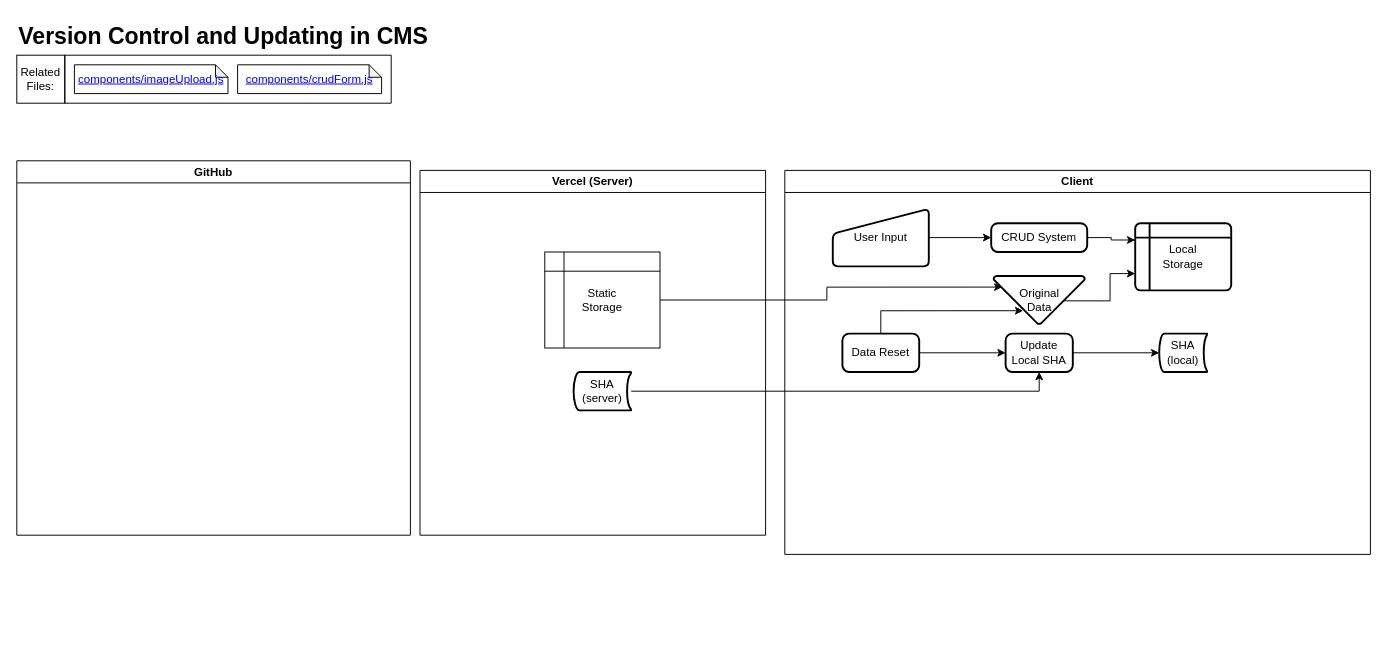
macglencoe/diagrams keeps this draw.io diagram as Version_Control.drawio. Above is the earlier version. Source tidied: cells renumbered, new cells numbered last; positions are measured from the earlier drawing's top-left corner, leaving out a move shared by most shapes. Both pictures are drawn from the tidied source at 96%, with x=0, y=0 at pixel (16, 16).
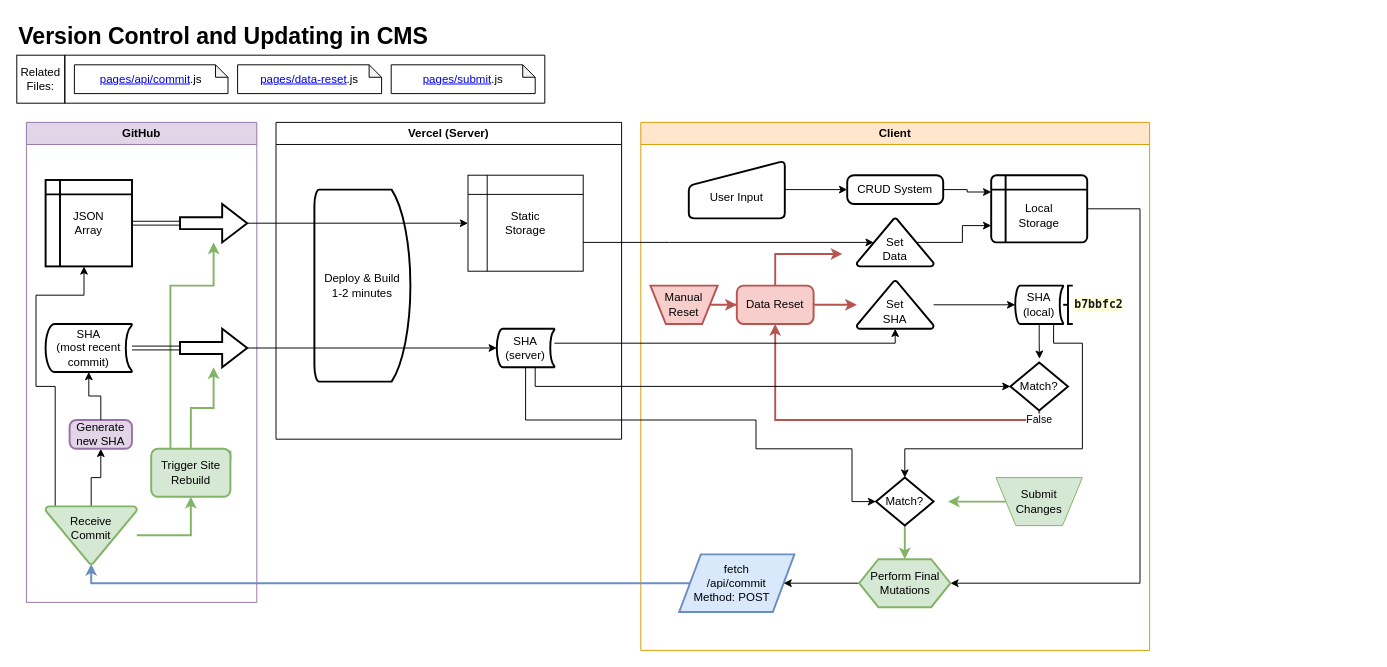
The same page after the edit.

The change refers to these unchanged cells:
```xml
<mxCell id="18" value="SHA&lt;div&gt;(local)&lt;/div&gt;" style="strokeWidth=2;html=1;shape=mxgraph.flowchart.stored_data;whiteSpace=wrap;" parent="11" vertex="1">
  <mxGeometry x="390" y="170" width="50" height="40" as="geometry" />
</mxCell>
```

Change to the diagram source:
```diff
@@
-<mxGraphModel>
+<mxGraphModel background="#ffffff">
@@
     <mxCell id="4" style="swimlane;startSize=0;" parent="1" vertex="1">
-      <mxGeometry x="50" y="40" width="340" height="50" as="geometry" />
+      <mxGeometry x="50" y="40" width="500" height="50" as="geometry" />
     </mxCell>
-    <mxCell id="5" value="&lt;a href=&quot;https://github.com/macglencoe/EmporiumWebsite/blob/cms/components/imageUpload.js&quot;&gt;components/imageUpload.js&lt;/a&gt;" style="shape=note;whiteSpace=wrap;html=1;backgroundOutline=1;darkOpacity=0.05;size=13;" parent="4" vertex="1">
+    <mxCell id="5" value="&lt;a href=&quot;https://github.com/macglencoe/EmporiumWebsite/blob/cms/pages/api/commit.js&quot;&gt;pages/api/commit&lt;/a&gt;.js" style="shape=note;whiteSpace=wrap;html=1;backgroundOutline=1;darkOpacity=0.05;size=13;" parent="4" vertex="1">
       <mxGeometry x="10" y="10" width="160" height="30" as="geometry" />
     </mxCell>
-    <mxCell id="6" value="&lt;a href=&quot;https://github.com/macglencoe/EmporiumWebsite/blob/cms/components/crudForm.js&quot;&gt;components/crudForm.js&lt;/a&gt;" style="shape=note;whiteSpace=wrap;html=1;backgroundOutline=1;darkOpacity=0.05;size=13;" parent="4" vertex="1">
+    <mxCell id="6" value="&lt;a href=&quot;https://github.com/macglencoe/EmporiumWebsite/blob/cms/pages/data-reset.js&quot;&gt;pages/data-reset&lt;/a&gt;.js" style="shape=note;whiteSpace=wrap;html=1;backgroundOutline=1;darkOpacity=0.05;size=13;" parent="4" vertex="1">
       <mxGeometry x="180" y="10" width="150" height="30" as="geometry" />
     </mxCell>
+    <mxCell id="27" value="&lt;a href=&quot;https://github.com/macglencoe/EmporiumWebsite/blob/cms/pages/submit.js&quot;&gt;pages/submit&lt;/a&gt;.js" style="shape=note;whiteSpace=wrap;html=1;backgroundOutline=1;darkOpacity=0.05;size=13;" parent="4" vertex="1">
+      <mxGeometry x="340" y="10" width="150" height="30" as="geometry" />
+    </mxCell>
-    <mxCell id="7" value="GitHub" style="swimlane;whiteSpace=wrap;html=1;" parent="1" vertex="1">
-      <mxGeometry y="150" width="410" height="390" as="geometry" />
+    <mxCell id="7" value="GitHub" style="swimlane;whiteSpace=wrap;html=1;fillColor=#e1d5e7;strokeColor=#9673a6;" parent="1" vertex="1">
+      <mxGeometry x="10" y="110" width="240" height="500" as="geometry" />
     </mxCell>
+    <mxCell id="28" value="SHA&lt;div&gt;(most recent commit)&lt;/div&gt;" style="strokeWidth=2;html=1;shape=mxgraph.flowchart.stored_data;whiteSpace=wrap;" parent="7" vertex="1">
+      <mxGeometry x="20" y="210" width="90" height="50" as="geometry" />
+    </mxCell>
+    <mxCell id="29" style="edgeStyle=orthogonalEdgeStyle;rounded=0;jettySize=auto;html=1;entryX=0.5;entryY=1;entryDx=0;entryDy=0;fillColor=#d5e8d4;strokeColor=#82b366;strokeWidth=2;" parent="7" edge="1" source="32" target="35">
+      <mxGeometry relative="1" as="geometry" />
+    </mxCell>
+    <mxCell id="30" style="edgeStyle=orthogonalEdgeStyle;rounded=0;jettySize=auto;html=1;" parent="7" edge="1" source="32" target="36">
+      <mxGeometry relative="1" as="geometry">
+        <Array as="points">
+          <mxPoint x="30" y="275" />
+          <mxPoint x="10" y="275" />
+          <mxPoint x="10" y="180" />
+          <mxPoint x="60" y="180" />
+        </Array>
+      </mxGeometry>
+    </mxCell>
+    <mxCell id="31" style="edgeStyle=orthogonalEdgeStyle;rounded=0;jettySize=auto;html=1;entryX=0.5;entryY=1;entryDx=0;entryDy=0;" parent="7" edge="1" source="32" target="41">
+      <mxGeometry relative="1" as="geometry" />
+    </mxCell>
+    <mxCell id="32" value="Receive&lt;div&gt;Commit&lt;/div&gt;&lt;div&gt;&lt;br&gt;&lt;/div&gt;" style="strokeWidth=2;html=1;shape=mxgraph.flowchart.merge_or_storage;whiteSpace=wrap;fillColor=#d5e8d4;strokeColor=#82b366;" parent="7" vertex="1">
+      <mxGeometry x="20" y="400" width="95" height="60" as="geometry" />
+    </mxCell>
+    <mxCell id="33" style="edgeStyle=orthogonalEdgeStyle;rounded=0;jettySize=auto;html=1;fillColor=#d5e8d4;strokeColor=#82b366;strokeWidth=2;" parent="7" edge="1" source="35" target="38">
+      <mxGeometry relative="1" as="geometry" />
+    </mxCell>
+    <mxCell id="34" style="edgeStyle=orthogonalEdgeStyle;rounded=0;jettySize=auto;html=1;exitX=1;exitY=0.25;exitDx=0;exitDy=0;fillColor=#d5e8d4;strokeColor=#82b366;strokeWidth=2;" parent="7" edge="1" source="35" target="37">
+      <mxGeometry relative="1" as="geometry">
+        <Array as="points">
+          <mxPoint x="150" y="343" />
+          <mxPoint x="150" y="170" />
+          <mxPoint x="195" y="170" />
+        </Array>
+      </mxGeometry>
+    </mxCell>
+    <mxCell id="35" value="Trigger Site Rebuild" style="rounded=1;whiteSpace=wrap;html=1;absoluteArcSize=1;arcSize=14;strokeWidth=2;fillColor=#d5e8d4;strokeColor=#82b366;" parent="7" vertex="1">
+      <mxGeometry x="130" y="340" width="82.5" height="50" as="geometry" />
+    </mxCell>
+    <mxCell id="36" value="JSON&lt;div&gt;Array&lt;/div&gt;" style="shape=internalStorage;whiteSpace=wrap;html=1;dx=15;dy=15;rounded=1;arcSize=0;strokeWidth=2;" parent="7" vertex="1">
+      <mxGeometry x="20" y="60" width="90" height="90" as="geometry" />
+    </mxCell>
+    <mxCell id="37" style="verticalLabelPosition=bottom;verticalAlign=top;html=1;strokeWidth=2;shape=mxgraph.arrows2.arrow;dy=0.69;dx=26.07;notch=0;" parent="7" vertex="1">
+      <mxGeometry x="160" y="85" width="70" height="40" as="geometry" />
+    </mxCell>
+    <mxCell id="38" style="verticalLabelPosition=bottom;verticalAlign=top;html=1;strokeWidth=2;shape=mxgraph.arrows2.arrow;dy=0.69;dx=26.07;notch=0;" parent="7" vertex="1">
+      <mxGeometry x="160" y="215" width="70" height="40" as="geometry" />
+    </mxCell>
+    <mxCell id="39" style="edgeStyle=orthogonalEdgeStyle;rounded=0;jettySize=auto;html=1;entryX=0;entryY=0.5;entryDx=0;entryDy=0;entryPerimeter=0;shape=link;" parent="7" edge="1" source="36" target="37">
+      <mxGeometry relative="1" as="geometry" />
+    </mxCell>
+    <mxCell id="40" style="edgeStyle=orthogonalEdgeStyle;rounded=0;jettySize=auto;html=1;entryX=0;entryY=0.5;entryDx=0;entryDy=0;entryPerimeter=0;shape=link;" parent="7" edge="1" source="28" target="38">
+      <mxGeometry relative="1" as="geometry" />
+    </mxCell>
+    <mxCell id="41" value="Generate new SHA" style="rounded=1;whiteSpace=wrap;html=1;absoluteArcSize=1;arcSize=14;strokeWidth=2;fillColor=#e1d5e7;strokeColor=#9673a6;" parent="7" vertex="1">
+      <mxGeometry x="45" y="310" width="65" height="30" as="geometry" />
+    </mxCell>
+    <mxCell id="42" style="edgeStyle=orthogonalEdgeStyle;rounded=0;jettySize=auto;html=1;entryX=0.5;entryY=1;entryDx=0;entryDy=0;entryPerimeter=0;" parent="7" edge="1" source="41" target="28">
+      <mxGeometry relative="1" as="geometry" />
+    </mxCell>
     <mxCell id="8" value="Vercel (Server)" style="swimlane;whiteSpace=wrap;html=1;" parent="1" vertex="1">
-      <mxGeometry x="420" y="160" width="360" height="380" as="geometry" />
+      <mxGeometry x="270" y="110" width="360" height="330" as="geometry" />
     </mxCell>
     <mxCell id="9" value="Static&lt;div&gt;Storage&lt;/div&gt;" style="shape=internalStorage;whiteSpace=wrap;html=1;backgroundOutline=1;" parent="8" vertex="1">
-      <mxGeometry x="130" y="85" width="120" height="100" as="geometry" />
+      <mxGeometry x="200" y="55" width="120" height="100" as="geometry" />
     </mxCell>
     <mxCell id="10" value="SHA&lt;div&gt;(server)&lt;/div&gt;" style="strokeWidth=2;html=1;shape=mxgraph.flowchart.stored_data;whiteSpace=wrap;" parent="8" vertex="1">
-      <mxGeometry x="160" y="210" width="60" height="40" as="geometry" />
+      <mxGeometry x="230" y="215" width="60" height="40" as="geometry" />
     </mxCell>
+    <mxCell id="43" value="Deploy &amp;amp; Build&lt;div&gt;1-2 minutes&lt;/div&gt;" style="strokeWidth=2;html=1;shape=mxgraph.flowchart.delay;whiteSpace=wrap;" parent="8" vertex="1">
+      <mxGeometry x="40" y="70" width="100" height="200" as="geometry" />
+    </mxCell>
-    <mxCell id="11" value="Client" style="swimlane;whiteSpace=wrap;html=1;" parent="1" vertex="1">
-      <mxGeometry x="800" y="160" width="610" height="400" as="geometry" />
+    <mxCell id="11" value="Client" style="swimlane;whiteSpace=wrap;html=1;fillColor=#ffe6cc;strokeColor=#d79b00;" parent="1" vertex="1">
+      <mxGeometry x="650" y="110" width="530" height="550" as="geometry" />
     </mxCell>
+    <mxCell id="44" style="edgeStyle=orthogonalEdgeStyle;rounded=0;jettySize=auto;html=1;entryX=1;entryY=0.5;entryDx=0;entryDy=0;" parent="11" edge="1" source="12" target="64">
+      <mxGeometry relative="1" as="geometry">
+        <Array as="points">
+          <mxPoint x="520" y="90" />
+          <mxPoint x="520" y="480" />
+        </Array>
+      </mxGeometry>
+    </mxCell>
-    <mxCell id="12" value="Local&lt;div&gt;Storage&lt;/div&gt;" style="shape=internalStorage;whiteSpace=wrap;html=1;dx=15;dy=15;rounded=1;arcSize=8;strokeWidth=2;" parent="11" vertex="1">
+    <mxCell id="12" value="&lt;div&gt;&lt;br&gt;&lt;/div&gt;Local&lt;div&gt;Storage&lt;/div&gt;" style="shape=internalStorage;whiteSpace=wrap;html=1;dx=15;dy=15;rounded=1;arcSize=8;strokeWidth=2;" parent="11" vertex="1">
       <mxGeometry x="365" y="55" width="100" height="70" as="geometry" />
     </mxCell>
@@
-    <mxCell id="14" value="User Input" style="html=1;strokeWidth=2;shape=manualInput;whiteSpace=wrap;rounded=1;size=26;arcSize=11;" parent="11" vertex="1">
+    <mxCell id="14" value="&lt;div&gt;&lt;span style=&quot;background-color: transparent; color: light-dark(rgb(0, 0, 0), rgb(255, 255, 255));&quot;&gt;&lt;br&gt;&lt;/span&gt;&lt;/div&gt;&lt;span style=&quot;background-color: transparent; color: light-dark(rgb(0, 0, 0), rgb(255, 255, 255));&quot;&gt;User Input&lt;/span&gt;" style="html=1;strokeWidth=2;shape=manualInput;whiteSpace=wrap;rounded=1;size=26;arcSize=11;" parent="11" vertex="1">
       <mxGeometry x="50" y="40" width="100" height="60" as="geometry" />
     </mxCell>
@@
-    <mxCell id="17" value="Update Local SHA" style="rounded=1;whiteSpace=wrap;html=1;absoluteArcSize=1;arcSize=14;strokeWidth=2;" parent="11" vertex="1">
-      <mxGeometry x="230" y="170" width="70" height="40" as="geometry" />
-    </mxCell>
@@
-    <mxCell id="19" style="edgeStyle=orthogonalEdgeStyle;rounded=0;jettySize=auto;html=1;entryX=0;entryY=0.5;entryDx=0;entryDy=0;entryPerimeter=0;" parent="11" edge="1" source="17" target="18">
-      <mxGeometry relative="1" as="geometry" />
-    </mxCell>
-    <mxCell id="20" style="edgeStyle=orthogonalEdgeStyle;rounded=0;jettySize=auto;html=1;entryX=0;entryY=0.5;entryDx=0;entryDy=0;" parent="11" edge="1" source="21" target="17">
-      <mxGeometry relative="1" as="geometry" />
-    </mxCell>
+    <mxCell id="45" style="edgeStyle=orthogonalEdgeStyle;rounded=0;jettySize=auto;html=1;fillColor=#f8cecc;strokeColor=#b85450;strokeWidth=2;" parent="11" edge="1" source="21" target="50">
+      <mxGeometry relative="1" as="geometry" />
+    </mxCell>
-    <mxCell id="21" value="Data Reset" style="rounded=1;whiteSpace=wrap;html=1;absoluteArcSize=1;arcSize=14;strokeWidth=2;" parent="11" vertex="1">
-      <mxGeometry x="60" y="170" width="80" height="40" as="geometry" />
+    <mxCell id="21" value="Data Reset" style="rounded=1;whiteSpace=wrap;html=1;absoluteArcSize=1;arcSize=14;strokeWidth=2;fillColor=#f8cecc;strokeColor=#b85450;" parent="11" vertex="1">
+      <mxGeometry x="100" y="170" width="80" height="40" as="geometry" />
     </mxCell>
-    <mxCell id="22" style="edgeStyle=orthogonalEdgeStyle;rounded=0;jettySize=auto;html=1;entryX=0;entryY=0.75;entryDx=0;entryDy=0;exitX=0.769;exitY=0.517;exitDx=0;exitDy=0;exitPerimeter=0;" parent="11" edge="1" source="23" target="12">
-      <mxGeometry relative="1" as="geometry" />
-    </mxCell>
-    <mxCell id="23" value="Original&lt;div&gt;Data&lt;/div&gt;" style="strokeWidth=2;html=1;shape=mxgraph.flowchart.merge_or_storage;whiteSpace=wrap;" parent="11" vertex="1">
-      <mxGeometry x="217.5" y="110" width="95" height="50" as="geometry" />
-    </mxCell>
-    <mxCell id="24" style="edgeStyle=orthogonalEdgeStyle;rounded=0;jettySize=auto;html=1;entryX=0.324;entryY=0.723;entryDx=0;entryDy=0;entryPerimeter=0;" parent="11" edge="1" source="21" target="23">
-      <mxGeometry relative="1" as="geometry">
-        <Array as="points">
-          <mxPoint x="100" y="146" />
-        </Array>
-      </mxGeometry>
-    </mxCell>
-    <mxCell id="25" style="edgeStyle=orthogonalEdgeStyle;rounded=0;jettySize=auto;html=1;entryX=0.095;entryY=0.231;entryDx=0;entryDy=0;entryPerimeter=0;" parent="1" edge="1" source="9" target="23">
-      <mxGeometry relative="1" as="geometry" />
-    </mxCell>
-    <mxCell id="26" style="edgeStyle=orthogonalEdgeStyle;rounded=0;jettySize=auto;html=1;entryX=0.5;entryY=1;entryDx=0;entryDy=0;" parent="1" edge="1" source="10" target="17">
-      <mxGeometry relative="1" as="geometry" />
-    </mxCell>
+    <mxCell id="46" value="False" style="edgeStyle=orthogonalEdgeStyle;rounded=0;jettySize=auto;html=1;entryX=0.5;entryY=1;entryDx=0;entryDy=0;fillColor=#f8cecc;strokeColor=#b85450;strokeWidth=2;" parent="11" edge="1" source="47" target="21">
+      <mxGeometry x="-0.95" relative="1" as="geometry">
+        <Array as="points">
+          <mxPoint x="415" y="310" />
+          <mxPoint x="140" y="310" />
+        </Array>
+      </mxGeometry>
+    </mxCell>
+    <mxCell id="47" value="Match?" style="strokeWidth=2;html=1;shape=mxgraph.flowchart.decision;whiteSpace=wrap;" parent="11" vertex="1">
+      <mxGeometry x="385" y="250" width="60" height="50" as="geometry" />
+    </mxCell>
+    <mxCell id="48" style="edgeStyle=orthogonalEdgeStyle;rounded=0;jettySize=auto;html=1;entryX=0.505;entryY=-0.077;entryDx=0;entryDy=0;entryPerimeter=0;" parent="11" edge="1" source="18" target="47">
+      <mxGeometry relative="1" as="geometry" />
+    </mxCell>
+    <mxCell id="49" value="&lt;b style=&quot;box-sizing: border-box; border-width: 0px; border-style: solid; -webkit-font-smoothing: antialiased; color: rgb(25, 24, 24); text-align: center; text-wrap-mode: wrap; background-color: rgb(255, 254, 218);&quot; class=&quot;jsx-7c64018697440fa9&quot;&gt;&lt;font face=&quot;Lucida Console&quot;&gt;b7bbfc2&lt;/font&gt;&lt;/b&gt;" style="strokeWidth=2;html=1;shape=mxgraph.flowchart.annotation_2;align=left;labelPosition=right;" parent="11" vertex="1">
+      <mxGeometry x="440" y="170" width="10" height="40" as="geometry" />
+    </mxCell>
+    <mxCell id="50" value="&lt;br&gt;&lt;div&gt;Set&lt;/div&gt;&lt;div&gt;SHA&lt;/div&gt;" style="strokeWidth=2;html=1;shape=mxgraph.flowchart.extract_or_measurement;whiteSpace=wrap;" parent="11" vertex="1">
+      <mxGeometry x="225" y="165" width="80" height="50" as="geometry" />
+    </mxCell>
+    <mxCell id="51" style="edgeStyle=orthogonalEdgeStyle;rounded=0;jettySize=auto;html=1;entryX=0;entryY=0.5;entryDx=0;entryDy=0;entryPerimeter=0;" parent="11" edge="1" source="50" target="18">
+      <mxGeometry relative="1" as="geometry" />
+    </mxCell>
+    <mxCell id="52" style="edgeStyle=orthogonalEdgeStyle;rounded=0;jettySize=auto;html=1;entryX=0;entryY=0.75;entryDx=0;entryDy=0;exitX=0.78;exitY=0.5;exitDx=0;exitDy=0;exitPerimeter=0;" parent="11" edge="1" source="53" target="12">
+      <mxGeometry relative="1" as="geometry" />
+    </mxCell>
+    <mxCell id="53" value="&lt;br&gt;&lt;div&gt;Set&lt;/div&gt;&lt;div&gt;Data&lt;/div&gt;" style="strokeWidth=2;html=1;shape=mxgraph.flowchart.extract_or_measurement;whiteSpace=wrap;" parent="11" vertex="1">
+      <mxGeometry x="225" y="100" width="80" height="50" as="geometry" />
+    </mxCell>
+    <mxCell id="54" style="edgeStyle=orthogonalEdgeStyle;rounded=0;jettySize=auto;html=1;fillColor=#f8cecc;strokeColor=#b85450;strokeWidth=2;" parent="11" edge="1" source="21">
+      <mxGeometry relative="1" as="geometry">
+        <mxPoint x="210" y="137" as="targetPoint" />
+        <Array as="points">
+          <mxPoint x="140" y="137" />
+        </Array>
+      </mxGeometry>
+    </mxCell>
+    <mxCell id="55" style="edgeStyle=orthogonalEdgeStyle;rounded=0;jettySize=auto;html=1;entryX=0;entryY=0.5;entryDx=0;entryDy=0;fillColor=#f8cecc;strokeColor=#b85450;strokeWidth=2;" parent="11" edge="1" source="56" target="21">
+      <mxGeometry relative="1" as="geometry" />
+    </mxCell>
+    <mxCell id="56" value="Manual&lt;div&gt;Reset&lt;/div&gt;" style="verticalLabelPosition=middle;verticalAlign=middle;html=1;shape=trapezoid;perimeter=trapezoidPerimeter;whiteSpace=wrap;size=0.23;arcSize=10;flipV=1;labelPosition=center;align=center;fillColor=#f8cecc;strokeColor=#b85450;strokeWidth=2;" parent="11" vertex="1">
+      <mxGeometry x="10" y="170" width="70" height="40" as="geometry" />
+    </mxCell>
+    <mxCell id="57" style="edgeStyle=orthogonalEdgeStyle;rounded=0;jettySize=auto;html=1;fillColor=#d5e8d4;strokeColor=#82b366;strokeWidth=2;" parent="11" edge="1" source="58">
+      <mxGeometry relative="1" as="geometry">
+        <mxPoint x="320" y="395" as="targetPoint" />
+      </mxGeometry>
+    </mxCell>
+    <mxCell id="58" value="Submit&lt;div&gt;Changes&lt;/div&gt;" style="verticalLabelPosition=middle;verticalAlign=middle;html=1;shape=trapezoid;perimeter=trapezoidPerimeter;whiteSpace=wrap;size=0.23;arcSize=10;flipV=1;labelPosition=center;align=center;fillColor=#d5e8d4;strokeColor=#82b366;" parent="11" vertex="1">
+      <mxGeometry x="370" y="370" width="90" height="50" as="geometry" />
+    </mxCell>
+    <mxCell id="59" style="edgeStyle=orthogonalEdgeStyle;rounded=0;jettySize=auto;html=1;entryX=0.5;entryY=0;entryDx=0;entryDy=0;fillColor=#d5e8d4;strokeColor=#82b366;strokeWidth=2;" parent="11" edge="1" source="60" target="64">
+      <mxGeometry relative="1" as="geometry" />
+    </mxCell>
+    <mxCell id="60" value="Match?" style="strokeWidth=2;html=1;shape=mxgraph.flowchart.decision;whiteSpace=wrap;" parent="11" vertex="1">
+      <mxGeometry x="245" y="370" width="60" height="50" as="geometry" />
+    </mxCell>
+    <mxCell id="61" style="edgeStyle=orthogonalEdgeStyle;rounded=0;jettySize=auto;html=1;entryX=0.5;entryY=0;entryDx=0;entryDy=0;entryPerimeter=0;" parent="11" edge="1" source="18" target="60">
+      <mxGeometry relative="1" as="geometry">
+        <Array as="points">
+          <mxPoint x="430" y="230" />
+          <mxPoint x="460" y="230" />
+          <mxPoint x="460" y="340" />
+          <mxPoint x="275" y="340" />
+        </Array>
+      </mxGeometry>
+    </mxCell>
+    <mxCell id="62" value="fetch&lt;div&gt;/api/commit&lt;/div&gt;&lt;div&gt;Method: POST&amp;nbsp; &amp;nbsp;&lt;/div&gt;" style="shape=parallelogram;html=1;strokeWidth=2;perimeter=parallelogramPerimeter;whiteSpace=wrap;rounded=1;arcSize=0;size=0.1875;fillColor=#dae8fc;strokeColor=#6c8ebf;" parent="11" vertex="1">
+      <mxGeometry x="40" y="450" width="120" height="60" as="geometry" />
+    </mxCell>
+    <mxCell id="63" style="edgeStyle=orthogonalEdgeStyle;rounded=0;jettySize=auto;html=1;entryX=1;entryY=0.5;entryDx=0;entryDy=0;strokeWidth=1;" parent="11" edge="1" source="64" target="62">
+      <mxGeometry relative="1" as="geometry" />
+    </mxCell>
+    <mxCell id="64" value="Perform Final Mutations" style="shape=hexagon;perimeter=hexagonPerimeter2;whiteSpace=wrap;html=1;fixedSize=1;fillColor=#d5e8d4;strokeColor=#82b366;strokeWidth=2;" parent="11" vertex="1">
+      <mxGeometry x="227.5" y="455" width="95" height="50" as="geometry" />
+    </mxCell>
+    <mxCell id="65" style="edgeStyle=orthogonalEdgeStyle;rounded=0;jettySize=auto;html=1;entryX=0;entryY=0.5;entryDx=0;entryDy=0;entryPerimeter=0;" parent="1" edge="1" source="10" target="47">
+      <mxGeometry relative="1" as="geometry">
+        <Array as="points">
+          <mxPoint x="540" y="385" />
+        </Array>
+      </mxGeometry>
+    </mxCell>
+    <mxCell id="66" style="edgeStyle=orthogonalEdgeStyle;rounded=0;jettySize=auto;html=1;entryX=0.5;entryY=1;entryDx=0;entryDy=0;entryPerimeter=0;" parent="1" edge="1" source="10" target="50">
+      <mxGeometry relative="1" as="geometry">
+        <Array as="points">
+          <mxPoint x="915" y="340" />
+        </Array>
+      </mxGeometry>
+    </mxCell>
+    <mxCell id="67" style="edgeStyle=orthogonalEdgeStyle;rounded=0;jettySize=auto;html=1;entryX=0.22;entryY=0.5;entryDx=0;entryDy=0;entryPerimeter=0;" parent="1" edge="1" source="9" target="53">
+      <mxGeometry relative="1" as="geometry">
+        <Array as="points">
+          <mxPoint x="680" y="235" />
+          <mxPoint x="680" y="235" />
+        </Array>
+      </mxGeometry>
+    </mxCell>
+    <mxCell id="68" style="edgeStyle=orthogonalEdgeStyle;rounded=0;jettySize=auto;html=1;entryX=0;entryY=0.5;entryDx=0;entryDy=0;entryPerimeter=0;" parent="1" edge="1" source="10" target="60">
+      <mxGeometry relative="1" as="geometry">
+        <Array as="points">
+          <mxPoint x="530" y="420" />
+          <mxPoint x="770" y="420" />
+          <mxPoint x="770" y="450" />
+          <mxPoint x="870" y="450" />
+          <mxPoint x="870" y="505" />
+        </Array>
+      </mxGeometry>
+    </mxCell>
+    <mxCell id="69" style="edgeStyle=orthogonalEdgeStyle;rounded=0;jettySize=auto;html=1;entryX=0;entryY=0.5;entryDx=0;entryDy=0;entryPerimeter=0;" parent="1" edge="1" source="38" target="10">
+      <mxGeometry relative="1" as="geometry" />
+    </mxCell>
+    <mxCell id="70" style="edgeStyle=orthogonalEdgeStyle;rounded=0;jettySize=auto;html=1;" parent="1" edge="1" source="37" target="9">
+      <mxGeometry relative="1" as="geometry" />
+    </mxCell>
+    <mxCell id="71" style="edgeStyle=orthogonalEdgeStyle;rounded=0;jettySize=auto;html=1;entryX=0.5;entryY=1;entryDx=0;entryDy=0;entryPerimeter=0;fillColor=#dae8fc;strokeColor=#6c8ebf;strokeWidth=2;" parent="1" edge="1" source="62" target="32">
+      <mxGeometry relative="1" as="geometry" />
+    </mxCell>
```
